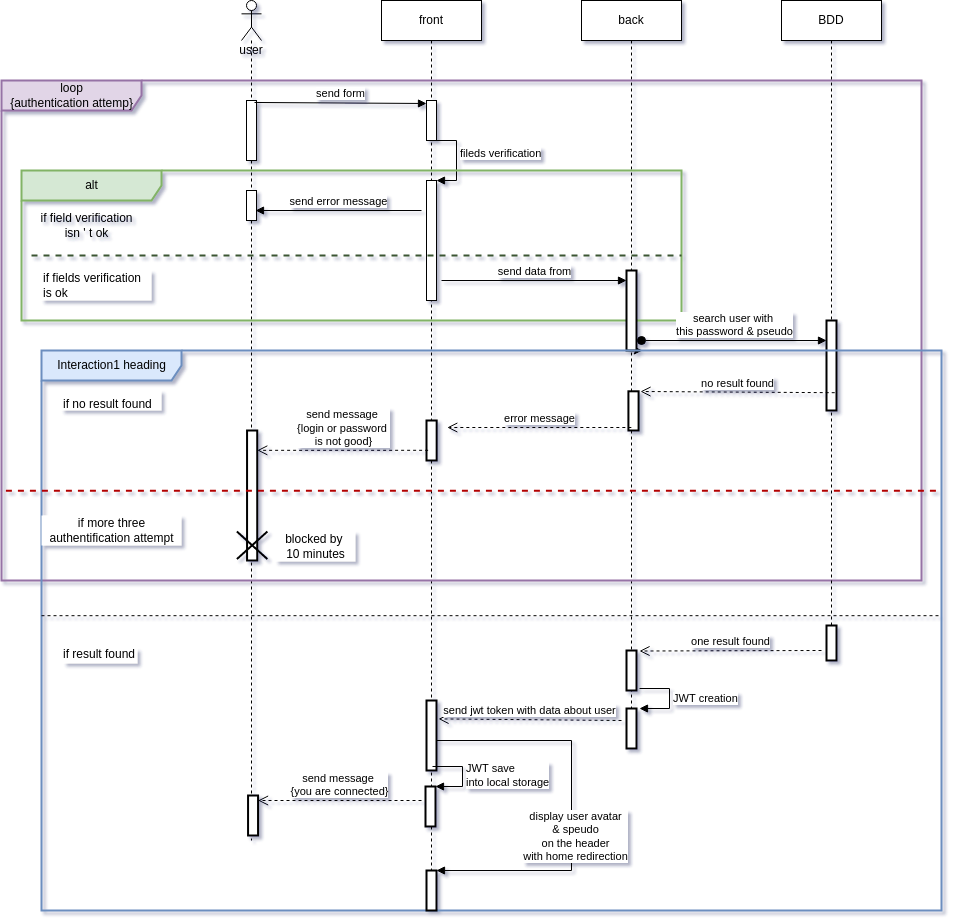
Before: Documentation-diagrams/diagrams-img/connection_sequence.drawio.png, a diagram exported from draw.io (aerobi93/Modelisation-UML). Source tidied: cells renumbered, new cells last; positions are measured from the earlier drawing's top-left corner, leaving out a move shared by most shapes.
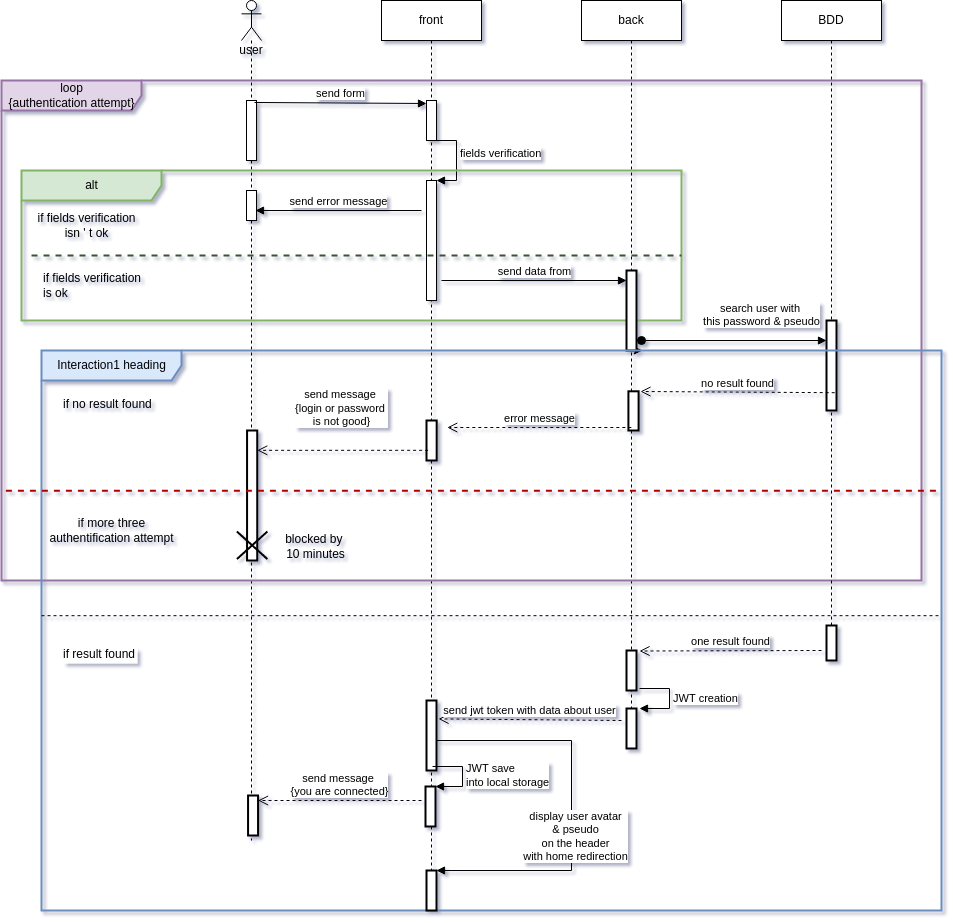
Later version of the same file.

Change to the diagram source:
```diff
@@ -14,7 +14,7 @@
     <mxCell id="5" value="back" style="shape=umlLifeline;perimeter=lifelinePerimeter;whiteSpace=wrap;html=1;outlineConnect=0;fillColor=#FFFFFF;" parent="1" vertex="1">
       <mxGeometry x="580" width="100" height="740" as="geometry" />
     </mxCell>
-    <mxCell id="6" value="loop&lt;br&gt;{authentication attemp}" style="shape=umlFrame;tabWidth=110;tabHeight=30;tabPosition=left;html=1;boundedLbl=1;labelInHeader=1;width=140;height=30;fillColor=#e1d5e7;strokeColor=#9673a6;strokeWidth=2;" parent="1" vertex="1">
+    <mxCell id="6" value="loop&lt;br&gt;{authentication attempt}" style="shape=umlFrame;tabWidth=110;tabHeight=30;tabPosition=left;html=1;boundedLbl=1;labelInHeader=1;width=140;height=30;fillColor=#e1d5e7;strokeColor=#9673a6;strokeWidth=2;" parent="1" vertex="1">
       <mxGeometry y="80" width="920" height="500" as="geometry" />
     </mxCell>
     <mxCell id="7" value="BDD" style="shape=umlLifeline;perimeter=lifelinePerimeter;whiteSpace=wrap;html=1;fillColor=#FFFFFF;" parent="1" vertex="1">
@@ -35,7 +35,7 @@
     <mxCell id="11" style="html=1;points=[];perimeter=orthogonalPerimeter;fillColor=#FFFFFF;" parent="1" vertex="1">
       <mxGeometry x="425" y="180" width="10" height="120" as="geometry" />
     </mxCell>
-    <mxCell id="12" value="fileds verification" style="edgeStyle=orthogonalEdgeStyle;html=1;align=left;spacingLeft=2;endArrow=block;rounded=0;entryX=1;entryY=0;" parent="1" edge="1" target="11">
+    <mxCell id="12" value="fields verification" style="edgeStyle=orthogonalEdgeStyle;html=1;align=left;spacingLeft=2;endArrow=block;rounded=0;entryX=1;entryY=0;" parent="1" edge="1" target="11">
       <mxGeometry relative="1" as="geometry">
         <mxPoint x="440" y="140" as="sourcePoint" />
         <Array as="points">
@@ -71,14 +71,14 @@
       <mxGeometry x="825" y="320" width="10" height="90" as="geometry" />
     </mxCell>
     <mxCell id="20" value="search user with&amp;nbsp;&lt;br&gt;this password &amp;amp; pseudo" style="html=1;verticalAlign=bottom;startArrow=oval;startFill=1;endArrow=block;startSize=8;" parent="1" edge="1" target="19">
-      <mxGeometry relative="1" as="geometry">
+      <mxGeometry x="0.3" y="10" relative="1" as="geometry">
         <mxPoint x="640" y="340" as="sourcePoint" />
       </mxGeometry>
     </mxCell>
     <mxCell id="21" value="Interaction1 heading" style="shape=umlFrame;tabWidth=110;tabHeight=30;tabPosition=left;html=1;boundedLbl=1;labelInHeader=1;width=140;height=30;strokeWidth=2;fillColor=#dae8fc;strokeColor=#6c8ebf;" parent="1" vertex="1">
       <mxGeometry x="40" y="350" width="900" height="560" as="geometry" />
     </mxCell>
-    <mxCell id="22" value="if no result found" style="text;strokeWidth=2;fillColor=#FFFFFF;" parent="21" vertex="1">
+    <mxCell id="22" value="if no result found" style="text;strokeWidth=2;fillColor=none;" parent="21" vertex="1">
       <mxGeometry width="100" height="20" relative="1" as="geometry">
         <mxPoint x="20" y="40" as="offset" />
       </mxGeometry>
@@ -110,7 +110,7 @@
       </mxGeometry>
     </mxCell>
     <mxCell id="30" value="send message&amp;nbsp;&lt;br&gt;{login or password&amp;nbsp;&lt;br&gt;is not good}" style="html=1;verticalAlign=bottom;endArrow=open;dashed=1;endSize=8;entryX=1.2;entryY=0.667;entryDx=0;entryDy=0;entryPerimeter=0;" parent="21" edge="1">
-      <mxGeometry relative="1" as="geometry">
+      <mxGeometry x="0.01" y="-20" relative="1" as="geometry">
         <mxPoint x="386.6" y="99.8" as="sourcePoint" />
         <mxPoint x="215.8" y="99.8" as="targetPoint" />
       </mxGeometry>
@@ -160,7 +160,7 @@
         </Array>
       </mxGeometry>
     </mxCell>
-    <mxCell id="41" value="blocked by&amp;nbsp;&lt;br&gt;10 minutes" style="text;html=1;align=center;verticalAlign=middle;fillColor=#FFFFFF;strokeColor=none;rounded=0;" parent="21" vertex="1">
+    <mxCell id="41" value="blocked by&amp;nbsp;&lt;br&gt;10 minutes" style="text;html=1;align=center;verticalAlign=middle;fillColor=none;strokeColor=none;rounded=0;" parent="21" vertex="1">
       <mxGeometry x="233.9" y="181" width="80" height="30" as="geometry" />
     </mxCell>
     <mxCell id="42" value="send message&amp;nbsp;&lt;br&gt;{you are connected}" style="html=1;verticalAlign=bottom;endArrow=open;dashed=1;endSize=8;" parent="21" edge="1" target="43">
@@ -183,18 +183,18 @@
         </Array>
       </mxGeometry>
     </mxCell>
-    <mxCell id="46" value="display user avatar&lt;br&gt;&amp;amp; speudo&lt;br&gt;on the header&lt;br&gt;with home redirection" style="edgeLabel;html=1;align=center;verticalAlign=middle;" parent="45" vertex="1">
+    <mxCell id="46" value="display user avatar&lt;br&gt;&amp;amp; pseudo&lt;br&gt;on the header&lt;br&gt;with home redirection" style="edgeLabel;html=1;align=center;verticalAlign=middle;" parent="45" vertex="1">
       <mxGeometry x="0.26" y="3" relative="1" as="geometry">
         <mxPoint y="-22" as="offset" />
       </mxGeometry>
     </mxCell>
-    <mxCell id="47" value="if more three&lt;br&gt;authentification attempt" style="text;html=1;align=center;verticalAlign=middle;fillColor=#FFFFFF;strokeColor=none;rounded=0;" parent="21" vertex="1">
+    <mxCell id="47" value="if more three&lt;br&gt;authentification attempt" style="text;html=1;align=center;verticalAlign=middle;fillColor=none;strokeColor=none;rounded=0;" parent="21" vertex="1">
       <mxGeometry y="165" width="140" height="30" as="geometry" />
     </mxCell>
-    <mxCell id="48" value="&lt;font color=&quot;#000000&quot;&gt;if fields verification&lt;br&gt;is ok&lt;/font&gt;" style="text;html=1;align=left;verticalAlign=middle;fillColor=#FFFFFF;strokeColor=none;rounded=0;fontColor=#FFFFFF;gradientColor=#ffffff;" parent="1" vertex="1">
+    <mxCell id="48" value="&lt;font color=&quot;#000000&quot;&gt;if fields verification&lt;br&gt;is ok&lt;/font&gt;" style="text;html=1;align=left;verticalAlign=middle;fillColor=none;strokeColor=none;rounded=0;fontColor=#FFFFFF;gradientColor=#ffffff;" parent="1" vertex="1">
       <mxGeometry x="40" y="270" width="110" height="30" as="geometry" />
     </mxCell>
-    <mxCell id="49" value="&lt;font color=&quot;#000000&quot;&gt;if&lt;font&gt; field verification&lt;br&gt;isn ' t ok&lt;/font&gt;&lt;/font&gt;" style="text;html=1;align=center;verticalAlign=middle;fillColor=none;strokeColor=none;rounded=0;fontColor=#FFFFFF;" parent="1" vertex="1">
+    <mxCell id="49" value="&lt;font color=&quot;#000000&quot;&gt;if&lt;font&gt; fields verification&lt;br&gt;isn ' t ok&lt;/font&gt;&lt;/font&gt;" style="text;html=1;align=center;verticalAlign=middle;fillColor=none;strokeColor=none;rounded=0;fontColor=#FFFFFF;" parent="1" vertex="1">
       <mxGeometry x="30" y="210" width="110" height="30" as="geometry" />
     </mxCell>
   </root>
```
